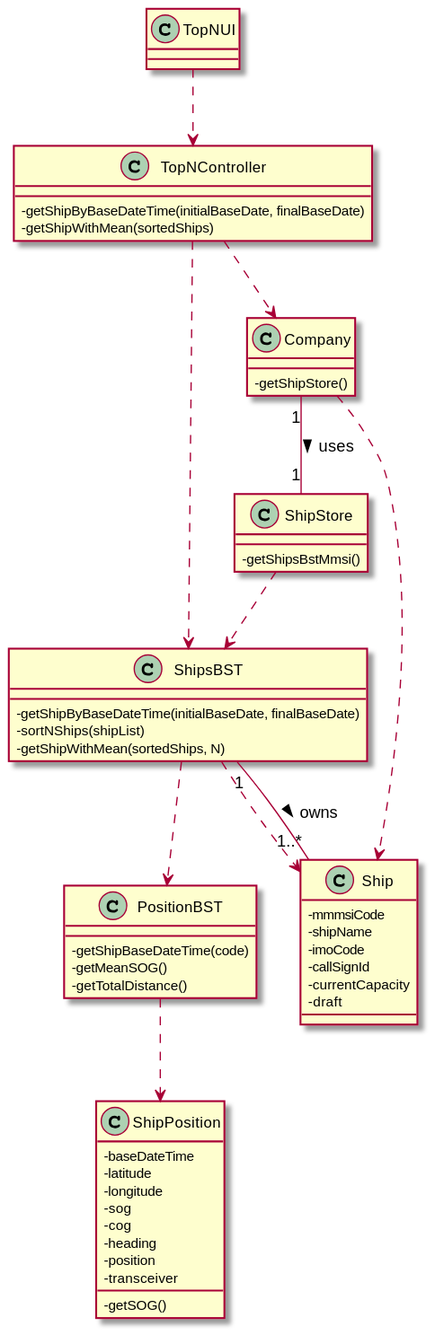
ana-albergaria/LAPR3-ISEP keeps this PlantUML diagram as docs/US106/US106_CD.svg. Above is the earlier version.
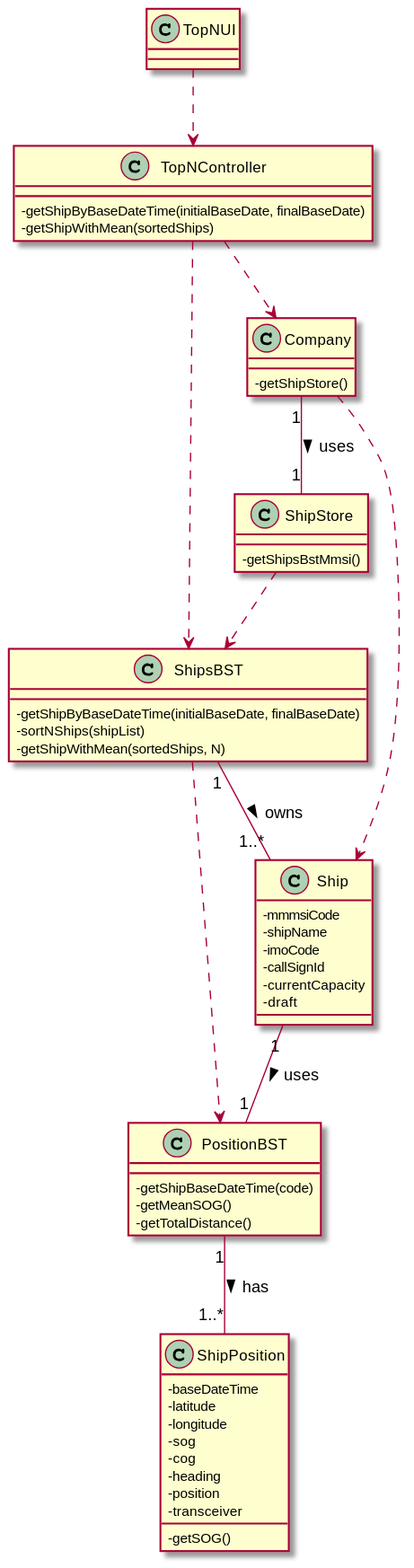
The same diagram one commit later.

The edit, as a diff of the source:
```diff
@@ -59,9 +59,9 @@
 TopNUI ..> TopNController
 TopNController ..> ShipsBST
 TopNController ..> Company
-ShipsBST ..> Ship
-PositionBST ..> ShipPosition
 Company ..> Ship
+Ship "1" -- "1" PositionBST : uses >
+PositionBST "1" -- "1..*" ShipPosition : has >
 
 
 @enduml
```
